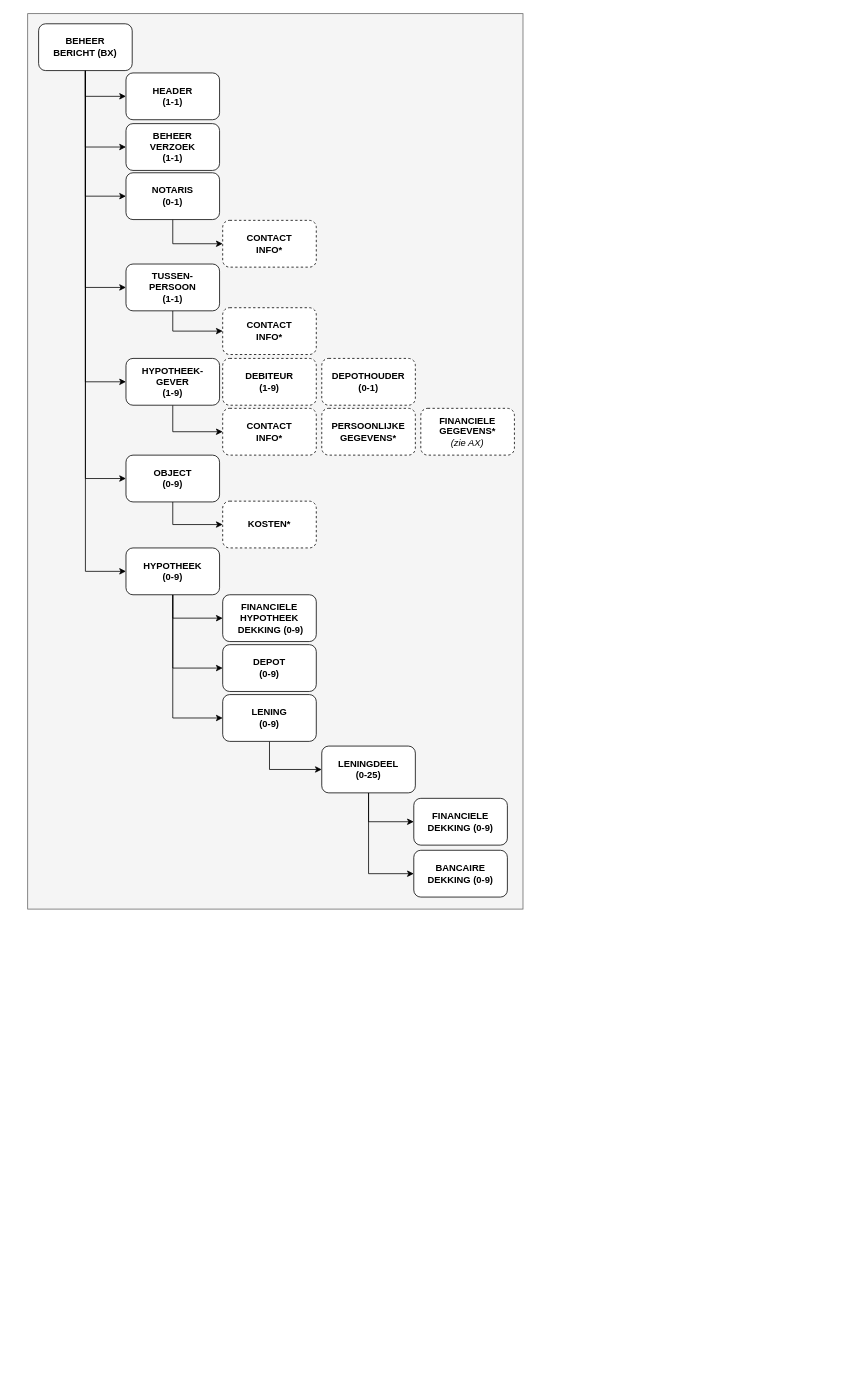
Before: page "Conceptueel" (1 of 2) of HDN_BX_MM_DataModel.drawio in luchthandel/diagrams, a draw.io diagram. Source tidied: cells renumbered, new cells numbered last; positions are measured from the earlier drawing's top-left corner, leaving out a move shared by most shapes. Both pictures are drawn from the tidied source at 78%, with x=0, y=0 at pixel (27, 13).
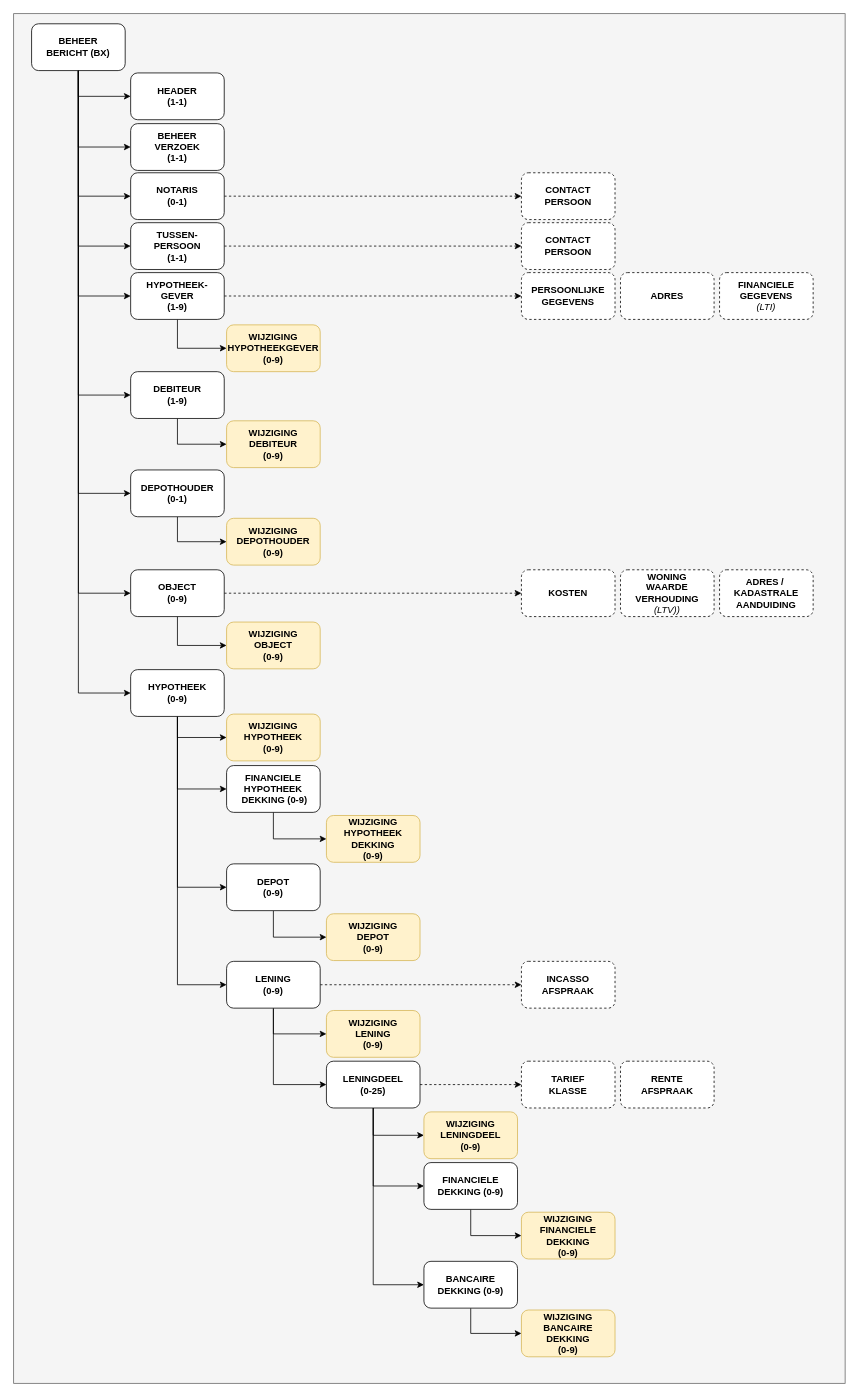
The same page after the edit.

What changed in the source:
```diff
@@
     <mxCell id="2" style="rounded=0;whiteSpace=wrap;html=1;fillColor=#f5f5f5;strokeColor=#666666;fontColor=#333333;labelBackgroundColor=none;" parent="1" vertex="1">
-      <mxGeometry width="635" height="1148" as="geometry" />
+      <mxGeometry x="-18" width="1066" height="1756" as="geometry" />
     </mxCell>
+    <mxCell id="42" value="WIJZIGING&lt;br&gt;DEPOTHOUDER&lt;br&gt;(0-9)" style="rounded=1;whiteSpace=wrap;html=1;fontStyle=1;fillColor=#fff2cc;strokeColor=#d6b656;" parent="1" vertex="1">
+      <mxGeometry x="255" y="647" width="120" height="60" as="geometry" />
+    </mxCell>
+    <mxCell id="43" style="edgeStyle=orthogonalEdgeStyle;rounded=0;jettySize=auto;html=1;exitX=0.5;exitY=1;exitDx=0;exitDy=0;entryX=0;entryY=0.5;entryDx=0;entryDy=0;" parent="1" edge="1" source="4" target="68">
+      <mxGeometry relative="1" as="geometry" />
+    </mxCell>
@@
+    <mxCell id="44" style="edgeStyle=orthogonalEdgeStyle;rounded=0;jettySize=auto;html=1;exitX=1;exitY=0.5;exitDx=0;exitDy=0;entryX=0;entryY=0.5;entryDx=0;entryDy=0;dashed=1;" parent="1" edge="1" source="4" target="56">
+      <mxGeometry relative="1" as="geometry" />
+    </mxCell>
     <mxCell id="4" value="LENING&lt;br&gt;(0-9)" style="rounded=1;whiteSpace=wrap;html=1;fontStyle=1;" parent="1" vertex="1">
-      <mxGeometry x="250" y="873" width="120" height="60" as="geometry" />
+      <mxGeometry x="255" y="1215" width="120" height="60" as="geometry" />
     </mxCell>
@@
+    <mxCell id="45" style="edgeStyle=orthogonalEdgeStyle;rounded=0;jettySize=auto;html=1;exitX=1;exitY=0.5;exitDx=0;exitDy=0;entryX=0;entryY=0.5;entryDx=0;entryDy=0;dashed=1;" parent="1" edge="1" source="7" target="55">
+      <mxGeometry relative="1" as="geometry" />
+    </mxCell>
+    <mxCell id="46" style="edgeStyle=orthogonalEdgeStyle;rounded=0;jettySize=auto;html=1;exitX=0.5;exitY=1;exitDx=0;exitDy=0;entryX=0;entryY=0.5;entryDx=0;entryDy=0;" parent="1" edge="1" source="7" target="69">
+      <mxGeometry relative="1" as="geometry" />
+    </mxCell>
     <mxCell id="7" value="LENINGDEEL&lt;br&gt;(0-25)" style="rounded=1;whiteSpace=wrap;html=1;fontStyle=1;" parent="1" vertex="1">
-      <mxGeometry x="377" y="939" width="120" height="60" as="geometry" />
+      <mxGeometry x="383" y="1343" width="120" height="60" as="geometry" />
     </mxCell>
+    <mxCell id="47" style="edgeStyle=orthogonalEdgeStyle;rounded=0;jettySize=auto;html=1;exitX=0.5;exitY=1;exitDx=0;exitDy=0;entryX=0;entryY=0.5;entryDx=0;entryDy=0;" parent="1" edge="1" source="8" target="70">
+      <mxGeometry relative="1" as="geometry" />
+    </mxCell>
     <mxCell id="8" value="FINANCIELE DEKKING (0-9)" style="rounded=1;whiteSpace=wrap;html=1;fontStyle=1;" parent="1" vertex="1">
-      <mxGeometry x="495" y="1006" width="120" height="60" as="geometry" />
+      <mxGeometry x="508" y="1473" width="120" height="60" as="geometry" />
     </mxCell>
+    <mxCell id="48" style="edgeStyle=orthogonalEdgeStyle;rounded=0;jettySize=auto;html=1;exitX=0.5;exitY=1;exitDx=0;exitDy=0;entryX=0;entryY=0.5;entryDx=0;entryDy=0;" parent="1" edge="1" source="9" target="71">
+      <mxGeometry relative="1" as="geometry" />
+    </mxCell>
     <mxCell id="9" value="BANCAIRE DEKKING (0-9)" style="rounded=1;whiteSpace=wrap;html=1;fontStyle=1;" parent="1" vertex="1">
-      <mxGeometry x="495" y="1072.6" width="120" height="60" as="geometry" />
+      <mxGeometry x="508" y="1599.6" width="120" height="60" as="geometry" />
     </mxCell>
+    <mxCell id="49" style="edgeStyle=orthogonalEdgeStyle;rounded=0;jettySize=auto;html=1;exitX=0.5;exitY=1;exitDx=0;exitDy=0;entryX=0;entryY=0.5;entryDx=0;entryDy=0;" parent="1" edge="1" source="11" target="62">
+      <mxGeometry relative="1" as="geometry" />
+    </mxCell>
-    <mxCell id="10" style="edgeStyle=orthogonalEdgeStyle;rounded=0;jettySize=auto;html=1;exitX=0.5;exitY=1;exitDx=0;exitDy=0;entryX=0;entryY=0.5;entryDx=0;entryDy=0;" parent="1" edge="1" source="11" target="41">
+    <mxCell id="10" style="edgeStyle=orthogonalEdgeStyle;rounded=0;jettySize=auto;html=1;exitX=1;exitY=0.5;exitDx=0;exitDy=0;entryX=0;entryY=0.5;entryDx=0;entryDy=0;dashed=1;" parent="1" edge="1" source="11" target="41">
       <mxGeometry relative="1" as="geometry" />
     </mxCell>
     <mxCell id="11" value="HYPOTHEEK-&lt;br&gt;GEVER&lt;br&gt;(1-9)" style="rounded=1;whiteSpace=wrap;html=1;fontStyle=1;" parent="1" vertex="1">
-      <mxGeometry x="126" y="442" width="120" height="60" as="geometry" />
+      <mxGeometry x="132" y="332" width="120" height="60" as="geometry" />
     </mxCell>
@@
+    <mxCell id="18" style="edgeStyle=orthogonalEdgeStyle;rounded=0;jettySize=auto;html=1;exitX=0.5;exitY=1;exitDx=0;exitDy=0;entryX=0;entryY=0.5;entryDx=0;entryDy=0;" parent="1" edge="1" source="19" target="37">
+      <mxGeometry relative="1" as="geometry" />
+    </mxCell>
+    <mxCell id="50" style="edgeStyle=orthogonalEdgeStyle;rounded=0;jettySize=auto;html=1;exitX=0.5;exitY=1;exitDx=0;exitDy=0;entryX=0;entryY=0.5;entryDx=0;entryDy=0;" parent="1" edge="1" source="19" target="40">
+      <mxGeometry relative="1" as="geometry" />
+    </mxCell>
@@
-    <mxCell id="18" style="edgeStyle=orthogonalEdgeStyle;rounded=0;jettySize=auto;html=1;exitX=0.5;exitY=1;exitDx=0;exitDy=0;entryX=0;entryY=0.5;entryDx=0;entryDy=0;" parent="1" edge="1" source="19" target="37">
-      <mxGeometry relative="1" as="geometry" />
-    </mxCell>
     <mxCell id="19" value="BEHEER&lt;br&gt;BERICHT (BX)" style="rounded=1;whiteSpace=wrap;html=1;fontStyle=1;" parent="1" vertex="1">
-      <mxGeometry x="14" y="13" width="120" height="60" as="geometry" />
+      <mxGeometry x="5" y="13" width="120" height="60" as="geometry" />
     </mxCell>
     <mxCell id="20" value="BEHEER&lt;br&gt;VERZOEK&lt;br&gt;(1-1)" style="rounded=1;whiteSpace=wrap;html=1;fontStyle=1;" parent="1" vertex="1">
-      <mxGeometry x="126" y="141" width="120" height="60" as="geometry" />
+      <mxGeometry x="132" y="141" width="120" height="60" as="geometry" />
     </mxCell>
     <mxCell id="21" value="HEADER&lt;br&gt;(1-1)" style="rounded=1;whiteSpace=wrap;html=1;fontStyle=1;" parent="1" vertex="1">
-      <mxGeometry x="126" y="76" width="120" height="60" as="geometry" />
+      <mxGeometry x="132" y="76" width="120" height="60" as="geometry" />
     </mxCell>
-    <mxCell id="22" style="edgeStyle=orthogonalEdgeStyle;rounded=0;jettySize=auto;html=1;exitX=0.5;exitY=1;exitDx=0;exitDy=0;entryX=0;entryY=0.5;entryDx=0;entryDy=0;" parent="1" edge="1" source="23" target="35">
+    <mxCell id="22" style="edgeStyle=orthogonalEdgeStyle;rounded=0;jettySize=auto;html=1;exitX=1;exitY=0.5;exitDx=0;exitDy=0;entryX=0;entryY=0.5;entryDx=0;entryDy=0;dashed=1;" parent="1" edge="1" source="23" target="35">
       <mxGeometry relative="1" as="geometry" />
     </mxCell>
     <mxCell id="23" value="TUSSEN-&lt;br&gt;PERSOON&lt;br&gt;(1-1)" style="rounded=1;whiteSpace=wrap;html=1;fontStyle=1;" parent="1" vertex="1">
-      <mxGeometry x="126" y="321" width="120" height="60" as="geometry" />
+      <mxGeometry x="132" y="268" width="120" height="60" as="geometry" />
     </mxCell>
@@
+    <mxCell id="26" style="edgeStyle=orthogonalEdgeStyle;rounded=0;jettySize=auto;html=1;exitX=0.5;exitY=1;exitDx=0;exitDy=0;entryX=0;entryY=0.5;entryDx=0;entryDy=0;" parent="1" edge="1" source="27" target="32">
+      <mxGeometry relative="1" as="geometry" />
+    </mxCell>
@@
-    <mxCell id="26" style="edgeStyle=orthogonalEdgeStyle;rounded=0;jettySize=auto;html=1;exitX=0.5;exitY=1;exitDx=0;exitDy=0;entryX=0;entryY=0.5;entryDx=0;entryDy=0;" parent="1" edge="1" source="27" target="32">
-      <mxGeometry relative="1" as="geometry" />
-    </mxCell>
+    <mxCell id="51" style="edgeStyle=orthogonalEdgeStyle;rounded=0;jettySize=auto;html=1;exitX=0.5;exitY=1;exitDx=0;exitDy=0;entryX=0;entryY=0.5;entryDx=0;entryDy=0;" parent="1" edge="1" source="27" target="65">
+      <mxGeometry relative="1" as="geometry" />
+    </mxCell>
     <mxCell id="27" value="HYPOTHEEK&lt;br&gt;(0-9)" style="rounded=1;whiteSpace=wrap;html=1;fontStyle=1;" parent="1" vertex="1">
-      <mxGeometry x="126" y="685" width="120" height="60" as="geometry" />
+      <mxGeometry x="132" y="841" width="120" height="60" as="geometry" />
     </mxCell>
+    <mxCell id="52" style="edgeStyle=orthogonalEdgeStyle;rounded=0;jettySize=auto;html=1;exitX=0.5;exitY=1;exitDx=0;exitDy=0;entryX=0;entryY=0.5;entryDx=0;entryDy=0;" parent="1" edge="1" source="28" target="66">
+      <mxGeometry relative="1" as="geometry" />
+    </mxCell>
     <mxCell id="28" value="FINANCIELE&lt;br&gt;HYPOTHEEK&lt;br&gt;&amp;nbsp;DEKKING (0-9)" style="rounded=1;whiteSpace=wrap;html=1;fontStyle=1;" parent="1" vertex="1">
-      <mxGeometry x="250" y="745" width="120" height="60" as="geometry" />
+      <mxGeometry x="255" y="964" width="120" height="60" as="geometry" />
     </mxCell>
+    <mxCell id="53" style="edgeStyle=orthogonalEdgeStyle;rounded=0;jettySize=auto;html=1;exitX=0.5;exitY=1;exitDx=0;exitDy=0;entryX=0;entryY=0.5;entryDx=0;entryDy=0;" parent="1" edge="1" source="30" target="64">
+      <mxGeometry relative="1" as="geometry" />
+    </mxCell>
-    <mxCell id="29" style="edgeStyle=orthogonalEdgeStyle;rounded=0;jettySize=auto;html=1;exitX=0.5;exitY=1;exitDx=0;exitDy=0;entryX=0;entryY=0.5;entryDx=0;entryDy=0;" parent="1" edge="1" source="30" target="33">
+    <mxCell id="29" style="edgeStyle=orthogonalEdgeStyle;rounded=0;jettySize=auto;html=1;exitX=1;exitY=0.5;exitDx=0;exitDy=0;entryX=0;entryY=0.5;entryDx=0;entryDy=0;dashed=1;" parent="1" edge="1" source="30" target="33">
       <mxGeometry relative="1" as="geometry" />
     </mxCell>
     <mxCell id="30" value="OBJECT&lt;br&gt;(0-9)" style="rounded=1;whiteSpace=wrap;html=1;fontStyle=1;" parent="1" vertex="1">
-      <mxGeometry x="126" y="566" width="120" height="60" as="geometry" />
+      <mxGeometry x="132" y="713" width="120" height="60" as="geometry" />
     </mxCell>
-    <mxCell id="31" value="PERSOONLIJKE&lt;br&gt;GEGEVENS*" style="rounded=1;whiteSpace=wrap;html=1;fontStyle=1;dashed=1;" parent="1" vertex="1">
-      <mxGeometry x="377" y="506" width="120" height="60" as="geometry" />
+    <mxCell id="31" value="ADRES" style="rounded=1;whiteSpace=wrap;html=1;fontStyle=1;dashed=1;" parent="1" vertex="1">
+      <mxGeometry x="760" y="332" width="120" height="60" as="geometry" />
     </mxCell>
+    <mxCell id="54" style="edgeStyle=orthogonalEdgeStyle;rounded=0;jettySize=auto;html=1;exitX=0.5;exitY=1;exitDx=0;exitDy=0;entryX=0;entryY=0.5;entryDx=0;entryDy=0;" parent="1" edge="1" source="32" target="67">
+      <mxGeometry relative="1" as="geometry" />
+    </mxCell>
     <mxCell id="32" value="DEPOT&lt;br&gt;(0-9)" style="rounded=1;whiteSpace=wrap;html=1;fontStyle=1;" parent="1" vertex="1">
-      <mxGeometry x="250" y="809" width="120" height="60" as="geometry" />
+      <mxGeometry x="255" y="1090" width="120" height="60" as="geometry" />
     </mxCell>
-    <mxCell id="33" value="KOSTEN*" style="rounded=1;whiteSpace=wrap;html=1;fontStyle=1;dashed=1;" parent="1" vertex="1">
-      <mxGeometry x="250" y="625" width="120" height="60" as="geometry" />
+    <mxCell id="33" value="KOSTEN" style="rounded=1;whiteSpace=wrap;html=1;fontStyle=1;dashed=1;" parent="1" vertex="1">
+      <mxGeometry x="633" y="713" width="120" height="60" as="geometry" />
     </mxCell>
-    <mxCell id="34" value="FINANCIELE&lt;br&gt;GEGEVENS*&lt;br&gt;&lt;span style=&quot;font-weight: normal&quot;&gt;&lt;i&gt;(zie AX)&lt;/i&gt;&lt;/span&gt;" style="rounded=1;whiteSpace=wrap;html=1;fontStyle=1;dashed=1;" parent="1" vertex="1">
-      <mxGeometry x="504" y="506" width="120" height="60" as="geometry" />
+    <mxCell id="34" value="FINANCIELE&lt;br&gt;GEGEVENS&lt;br&gt;&lt;span style=&quot;font-weight: normal&quot;&gt;&lt;i&gt;(LTI)&lt;/i&gt;&lt;/span&gt;" style="rounded=1;whiteSpace=wrap;html=1;fontStyle=1;dashed=1;" parent="1" vertex="1">
+      <mxGeometry x="887" y="332" width="120" height="60" as="geometry" />
     </mxCell>
-    <mxCell id="35" value="CONTACT&lt;br&gt;INFO*" style="rounded=1;whiteSpace=wrap;html=1;fontStyle=1;dashed=1;" parent="1" vertex="1">
-      <mxGeometry x="250" y="377" width="120" height="60" as="geometry" />
+    <mxCell id="35" value="CONTACT&lt;br&gt;PERSOON" style="rounded=1;whiteSpace=wrap;html=1;fontStyle=1;dashed=1;" parent="1" vertex="1">
+      <mxGeometry x="633" y="268" width="120" height="60" as="geometry" />
     </mxCell>
-    <mxCell id="36" style="edgeStyle=orthogonalEdgeStyle;rounded=0;jettySize=auto;html=1;exitX=0.5;exitY=1;exitDx=0;exitDy=0;entryX=0;entryY=0.5;entryDx=0;entryDy=0;" parent="1" edge="1" source="37" target="38">
+    <mxCell id="36" style="edgeStyle=orthogonalEdgeStyle;rounded=0;jettySize=auto;html=1;exitX=1;exitY=0.5;exitDx=0;exitDy=0;entryX=0;entryY=0.5;entryDx=0;entryDy=0;dashed=1;" parent="1" edge="1" source="37" target="38">
       <mxGeometry relative="1" as="geometry" />
     </mxCell>
     <mxCell id="37" value="NOTARIS&lt;br&gt;(0-1)" style="rounded=1;whiteSpace=wrap;html=1;fontStyle=1;" parent="1" vertex="1">
-      <mxGeometry x="126" y="204" width="120" height="60" as="geometry" />
+      <mxGeometry x="132" y="204" width="120" height="60" as="geometry" />
     </mxCell>
-    <mxCell id="38" value="CONTACT&lt;br&gt;INFO*" style="rounded=1;whiteSpace=wrap;html=1;fontStyle=1;dashed=1;" parent="1" vertex="1">
-      <mxGeometry x="250" y="265" width="120" height="60" as="geometry" />
+    <mxCell id="38" value="CONTACT&lt;br&gt;PERSOON" style="rounded=1;whiteSpace=wrap;html=1;fontStyle=1;dashed=1;" parent="1" vertex="1">
+      <mxGeometry x="633" y="204" width="120" height="60" as="geometry" />
     </mxCell>
+    <mxCell id="41" value="PERSOONLIJKE&lt;br&gt;GEGEVENS" style="rounded=1;whiteSpace=wrap;html=1;fontStyle=1;dashed=1;" parent="1" vertex="1">
+      <mxGeometry x="633" y="332" width="120" height="60" as="geometry" />
+    </mxCell>
+    <mxCell id="55" value="TARIEF&lt;br&gt;KLASSE" style="rounded=1;whiteSpace=wrap;html=1;fontStyle=1;dashed=1;" parent="1" vertex="1">
+      <mxGeometry x="633" y="1343" width="120" height="60" as="geometry" />
+    </mxCell>
+    <mxCell id="56" value="INCASSO&lt;br&gt;AFSPRAAK" style="rounded=1;whiteSpace=wrap;html=1;fontStyle=1;dashed=1;" parent="1" vertex="1">
+      <mxGeometry x="633" y="1215" width="120" height="60" as="geometry" />
+    </mxCell>
+    <mxCell id="57" value="WONING&lt;br&gt;WAARDE&lt;br&gt;VERHOUDING &lt;br&gt;&lt;span style=&quot;font-weight: normal&quot;&gt;&lt;i&gt;(LTV))&lt;/i&gt;&lt;/span&gt;" style="rounded=1;whiteSpace=wrap;html=1;fontStyle=1;dashed=1;" parent="1" vertex="1">
+      <mxGeometry x="760" y="713" width="120" height="60" as="geometry" />
+    </mxCell>
+    <mxCell id="58" value="ADRES /&amp;nbsp;&lt;br&gt;KADASTRALE AANDUIDING" style="rounded=1;whiteSpace=wrap;html=1;fontStyle=1;dashed=1;" parent="1" vertex="1">
+      <mxGeometry x="887" y="713" width="120" height="60" as="geometry" />
+    </mxCell>
+    <mxCell id="59" style="edgeStyle=orthogonalEdgeStyle;rounded=0;jettySize=auto;html=1;exitX=0.5;exitY=1;exitDx=0;exitDy=0;entryX=0;entryY=0.5;entryDx=0;entryDy=0;" parent="1" edge="1" source="39" target="63">
+      <mxGeometry relative="1" as="geometry" />
+    </mxCell>
-    <mxCell id="39" value="DEBITEUR&lt;br&gt;(1-9)" style="rounded=1;whiteSpace=wrap;html=1;fontStyle=1;dashed=1;" parent="1" vertex="1">
-      <mxGeometry x="250" y="442" width="120" height="60" as="geometry" />
+    <mxCell id="39" value="DEBITEUR&lt;br&gt;(1-9)" style="rounded=1;whiteSpace=wrap;html=1;fontStyle=1;" parent="1" vertex="1">
+      <mxGeometry x="132" y="459" width="120" height="60" as="geometry" />
     </mxCell>
+    <mxCell id="60" style="edgeStyle=orthogonalEdgeStyle;rounded=0;jettySize=auto;html=1;exitX=0.5;exitY=1;exitDx=0;exitDy=0;entryX=0;entryY=0.5;entryDx=0;entryDy=0;" parent="1" edge="1" source="19" target="39">
+      <mxGeometry relative="1" as="geometry" />
+    </mxCell>
+    <mxCell id="61" style="edgeStyle=orthogonalEdgeStyle;rounded=0;jettySize=auto;html=1;exitX=0.5;exitY=1;exitDx=0;exitDy=0;entryX=0;entryY=0.5;entryDx=0;entryDy=0;" parent="1" edge="1" source="40" target="42">
+      <mxGeometry relative="1" as="geometry" />
+    </mxCell>
-    <mxCell id="40" value="DEPOTHOUDER&lt;br&gt;(0-1)" style="rounded=1;whiteSpace=wrap;html=1;fontStyle=1;dashed=1;" parent="1" vertex="1">
-      <mxGeometry x="377" y="442" width="120" height="60" as="geometry" />
+    <mxCell id="40" value="DEPOTHOUDER&lt;br&gt;(0-1)" style="rounded=1;whiteSpace=wrap;html=1;fontStyle=1;" parent="1" vertex="1">
+      <mxGeometry x="132" y="585" width="120" height="60" as="geometry" />
     </mxCell>
-    <mxCell id="41" value="CONTACT&lt;br&gt;INFO*" style="rounded=1;whiteSpace=wrap;html=1;fontStyle=1;dashed=1;" parent="1" vertex="1">
-      <mxGeometry x="250" y="506" width="120" height="60" as="geometry" />
-    </mxCell>
+    <mxCell id="62" value="WIJZIGING&lt;br&gt;HYPOTHEEKGEVER&lt;br&gt;(0-9)" style="rounded=1;whiteSpace=wrap;html=1;fontStyle=1;fillColor=#fff2cc;strokeColor=#d6b656;" parent="1" vertex="1">
+      <mxGeometry x="255" y="399" width="120" height="60" as="geometry" />
+    </mxCell>
+    <mxCell id="63" value="WIJZIGING&lt;br&gt;DEBITEUR&lt;br&gt;(0-9)" style="rounded=1;whiteSpace=wrap;html=1;fontStyle=1;fillColor=#fff2cc;strokeColor=#d6b656;" parent="1" vertex="1">
+      <mxGeometry x="255" y="522" width="120" height="60" as="geometry" />
+    </mxCell>
+    <mxCell id="64" value="WIJZIGING&lt;br&gt;OBJECT&lt;br&gt;(0-9)" style="rounded=1;whiteSpace=wrap;html=1;fontStyle=1;fillColor=#fff2cc;strokeColor=#d6b656;" parent="1" vertex="1">
+      <mxGeometry x="255" y="780" width="120" height="60" as="geometry" />
+    </mxCell>
+    <mxCell id="65" value="WIJZIGING&lt;br&gt;HYPOTHEEK&lt;br&gt;(0-9)" style="rounded=1;whiteSpace=wrap;html=1;fontStyle=1;fillColor=#fff2cc;strokeColor=#d6b656;" parent="1" vertex="1">
+      <mxGeometry x="255" y="898" width="120" height="60" as="geometry" />
+    </mxCell>
+    <mxCell id="66" value="WIJZIGING&lt;br&gt;HYPOTHEEK&lt;br&gt;DEKKING&lt;br&gt;(0-9)" style="rounded=1;whiteSpace=wrap;html=1;fontStyle=1;fillColor=#fff2cc;strokeColor=#d6b656;" parent="1" vertex="1">
+      <mxGeometry x="383" y="1028" width="120" height="60" as="geometry" />
+    </mxCell>
+    <mxCell id="67" value="WIJZIGING&lt;br&gt;DEPOT&lt;br&gt;(0-9)" style="rounded=1;whiteSpace=wrap;html=1;fontStyle=1;fillColor=#fff2cc;strokeColor=#d6b656;" parent="1" vertex="1">
+      <mxGeometry x="383" y="1154" width="120" height="60" as="geometry" />
+    </mxCell>
+    <mxCell id="68" value="WIJZIGING&lt;br&gt;LENING&lt;br&gt;(0-9)" style="rounded=1;whiteSpace=wrap;html=1;fontStyle=1;fillColor=#fff2cc;strokeColor=#d6b656;" parent="1" vertex="1">
+      <mxGeometry x="383" y="1278" width="120" height="60" as="geometry" />
+    </mxCell>
+    <mxCell id="69" value="WIJZIGING&lt;br&gt;LENINGDEEL&lt;br&gt;(0-9)" style="rounded=1;whiteSpace=wrap;html=1;fontStyle=1;fillColor=#fff2cc;strokeColor=#d6b656;" parent="1" vertex="1">
+      <mxGeometry x="508" y="1408" width="120" height="60" as="geometry" />
+    </mxCell>
+    <mxCell id="70" value="WIJZIGING&lt;br&gt;FINANCIELE&lt;br&gt;DEKKING&lt;br&gt;(0-9)" style="rounded=1;whiteSpace=wrap;html=1;fontStyle=1;fillColor=#fff2cc;strokeColor=#d6b656;" parent="1" vertex="1">
+      <mxGeometry x="633" y="1536.6" width="120" height="60" as="geometry" />
+    </mxCell>
+    <mxCell id="71" value="WIJZIGING&lt;br&gt;BANCAIRE&lt;br&gt;DEKKING&lt;br&gt;(0-9)" style="rounded=1;whiteSpace=wrap;html=1;fontStyle=1;fillColor=#fff2cc;strokeColor=#d6b656;" parent="1" vertex="1">
+      <mxGeometry x="633" y="1662" width="120" height="60" as="geometry" />
+    </mxCell>
+    <mxCell id="72" value="RENTE&lt;br&gt;AFSPRAAK" style="rounded=1;whiteSpace=wrap;html=1;fontStyle=1;dashed=1;" parent="1" vertex="1">
+      <mxGeometry x="760" y="1343" width="120" height="60" as="geometry" />
+    </mxCell>
```
